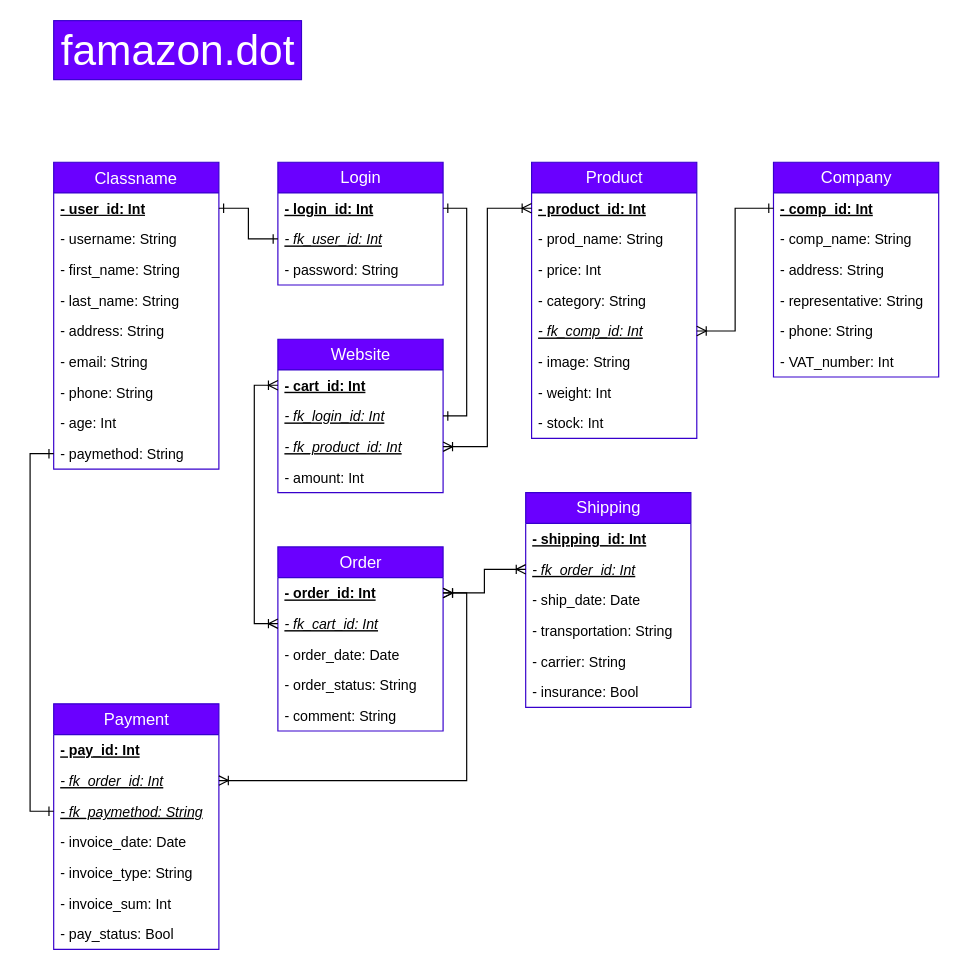
Before: famazon_db_development/step3_db_UML-diagram.drawio in Senimtra/CF-CodeReview-09, a draw.io diagram. Source tidied: cells renumbered, new cells numbered last; positions are measured from the earlier drawing's top-left corner, leaving out a move shared by most shapes. Both pictures are drawn from the tidied source at 118%, with x=0, y=0 at pixel (53, 20).
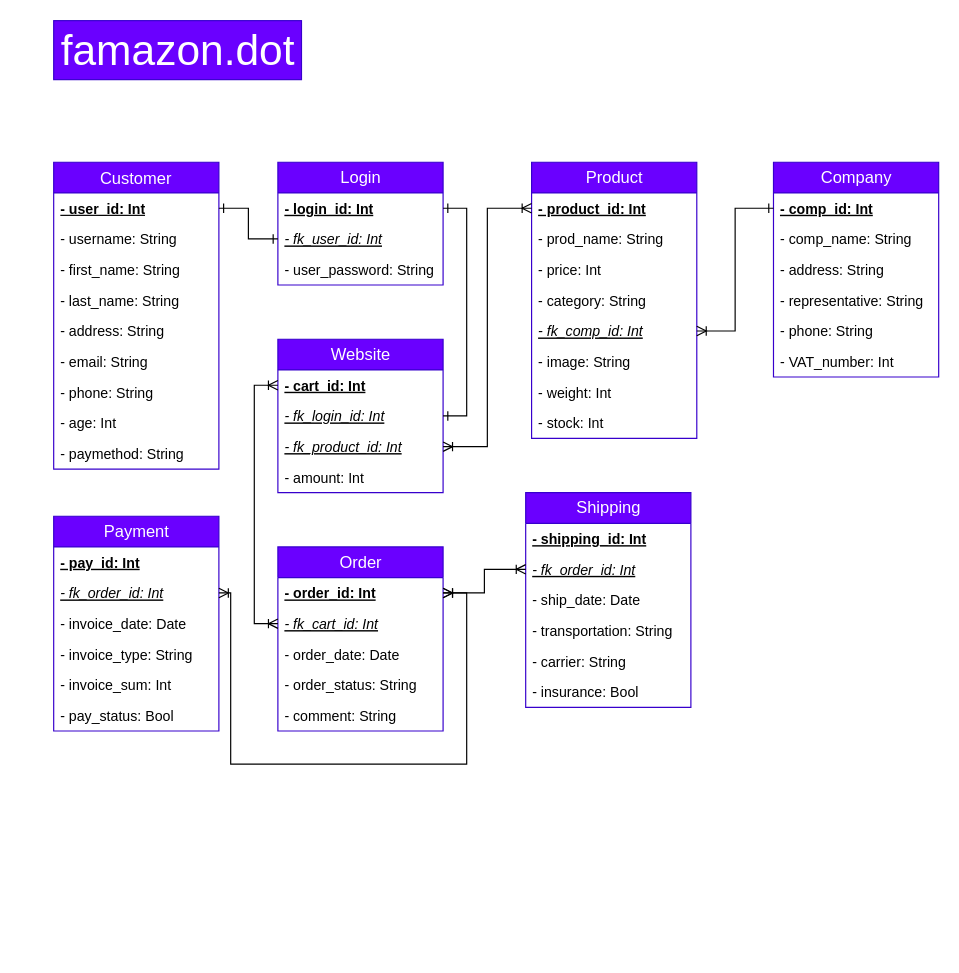
The same page after the edit.

Commit message (it also covers changes not shown here):
update ER UML 3NF - payment

The change refers to these unchanged cells:
```xml
<mxCell id="12" value="- paymethod: String" style="text;strokeColor=none;fillColor=none;align=left;verticalAlign=top;spacingLeft=4;spacingRight=4;overflow=hidden;points=[[0,0.5],[1,0.5]];portConstraint=eastwest;" parent="3" vertex="1">
  <mxGeometry y="234" width="140" height="26" as="geometry" />
</mxCell>
<mxCell id="13" value="Login" style="swimlane;fontStyle=0;horizontal=1;startSize=26;fillColor=#6a00ff;strokeColor=#3700CC;fontSize=14;html=1;fontColor=#ffffff;" parent="1" vertex="1">
  <mxGeometry x="190" y="120" width="140" height="104" as="geometry" />
</mxCell>
<mxCell id="43" value="- order_id: Int" style="text;strokeColor=none;fillColor=none;align=left;verticalAlign=top;spacingLeft=4;spacingRight=4;overflow=hidden;points=[[0,0.5],[1,0.5]];portConstraint=eastwest;fontStyle=5;" parent="42" vertex="1">
  <mxGeometry y="26" width="140" height="26" as="geometry" />
</mxCell>
<mxCell id="59" value="- fk_order_id: Int" style="text;strokeColor=none;fillColor=none;align=left;verticalAlign=top;spacingLeft=4;spacingRight=4;overflow=hidden;points=[[0,0.5],[1,0.5]];portConstraint=eastwest;fontStyle=6;" parent="57" vertex="1">
  <mxGeometry y="52" width="140" height="26" as="geometry" />
</mxCell>
```

What changed in the source:
```diff
@@
-    <mxCell id="3" value="Classname" style="swimlane;fontStyle=0;horizontal=1;startSize=26;fillColor=#6a00ff;fontSize=14;strokeColor=#3700CC;fontColor=#ffffff;" parent="1" vertex="1">
+    <mxCell id="3" value="Customer" style="swimlane;fontStyle=0;horizontal=1;startSize=26;fillColor=#6a00ff;fontSize=14;strokeColor=#3700CC;fontColor=#ffffff;" parent="1" vertex="1">
       <mxGeometry y="120" width="140" height="260" as="geometry" />
     </mxCell>
@@
-    <mxCell id="16" value="- password: String" style="text;strokeColor=none;fillColor=none;align=left;verticalAlign=top;spacingLeft=4;spacingRight=4;overflow=hidden;" parent="13" vertex="1">
+    <mxCell id="16" value="- user_password: String" style="text;strokeColor=none;fillColor=none;align=left;verticalAlign=top;spacingLeft=4;spacingRight=4;overflow=hidden;" parent="13" vertex="1">
       <mxGeometry y="78" width="140" height="26" as="geometry" />
     </mxCell>
@@
     <mxCell id="57" value="Payment" style="swimlane;fontStyle=0;horizontal=1;startSize=26;fillColor=#6a00ff;strokeColor=#3700CC;fontSize=14;html=1;fontColor=#ffffff;" parent="1" vertex="1">
-      <mxGeometry y="579" width="140" height="208" as="geometry" />
+      <mxGeometry y="420" width="140" height="182" as="geometry" />
     </mxCell>
@@
-    <mxCell id="60" value="- fk_paymethod: String" style="text;strokeColor=none;fillColor=none;align=left;verticalAlign=top;spacingLeft=4;spacingRight=4;overflow=hidden;points=[[0,0.5],[1,0.5]];portConstraint=eastwest;fontStyle=6;" parent="57" vertex="1">
-      <mxGeometry y="78" width="140" height="26" as="geometry" />
-    </mxCell>
     <mxCell id="61" value="- invoice_date: Date" style="text;strokeColor=none;fillColor=none;align=left;verticalAlign=top;spacingLeft=4;spacingRight=4;overflow=hidden;" parent="57" vertex="1">
-      <mxGeometry y="104" width="140" height="26" as="geometry" />
+      <mxGeometry y="78" width="140" height="26" as="geometry" />
     </mxCell>
     <mxCell id="62" value="- invoice_type: String" style="text;strokeColor=none;fillColor=none;align=left;verticalAlign=top;spacingLeft=4;spacingRight=4;overflow=hidden;" parent="57" vertex="1">
-      <mxGeometry y="130" width="140" height="26" as="geometry" />
+      <mxGeometry y="104" width="140" height="26" as="geometry" />
     </mxCell>
     <mxCell id="63" value="- invoice_sum: Int" style="text;strokeColor=none;fillColor=none;align=left;verticalAlign=top;spacingLeft=4;spacingRight=4;overflow=hidden;" parent="57" vertex="1">
-      <mxGeometry y="156" width="140" height="26" as="geometry" />
+      <mxGeometry y="130" width="140" height="26" as="geometry" />
     </mxCell>
     <mxCell id="64" value="- pay_status: Bool" style="text;strokeColor=none;fillColor=none;align=left;verticalAlign=top;spacingLeft=4;spacingRight=4;overflow=hidden;" parent="57" vertex="1">
-      <mxGeometry y="182" width="140" height="26" as="geometry" />
+      <mxGeometry y="156" width="140" height="26" as="geometry" />
     </mxCell>
     <mxCell id="65" style="edgeStyle=orthogonalEdgeStyle;rounded=0;jettySize=auto;html=1;exitX=1;exitY=0.5;exitDx=0;exitDy=0;entryX=1;entryY=0.5;entryDx=0;entryDy=0;endArrow=ERoneToMany;endFill=0;startArrow=ERoneToMany;startFill=0;" parent="1" edge="1" source="59" target="43">
-      <mxGeometry relative="1" as="geometry" />
+      <mxGeometry relative="1" as="geometry">
+        <Array as="points">
+          <mxPoint x="150" y="485" />
+          <mxPoint x="150" y="630" />
+          <mxPoint x="350" y="630" />
+          <mxPoint x="350" y="485" />
+        </Array>
+      </mxGeometry>
     </mxCell>
-    <mxCell id="66" style="edgeStyle=orthogonalEdgeStyle;rounded=0;jettySize=auto;html=1;exitX=0;exitY=0.5;exitDx=0;exitDy=0;entryX=0;entryY=0.5;entryDx=0;entryDy=0;startArrow=ERone;startFill=0;endArrow=ERone;endFill=0;" parent="1" edge="1" source="60" target="12">
-      <mxGeometry relative="1" as="geometry" />
-    </mxCell>
```
